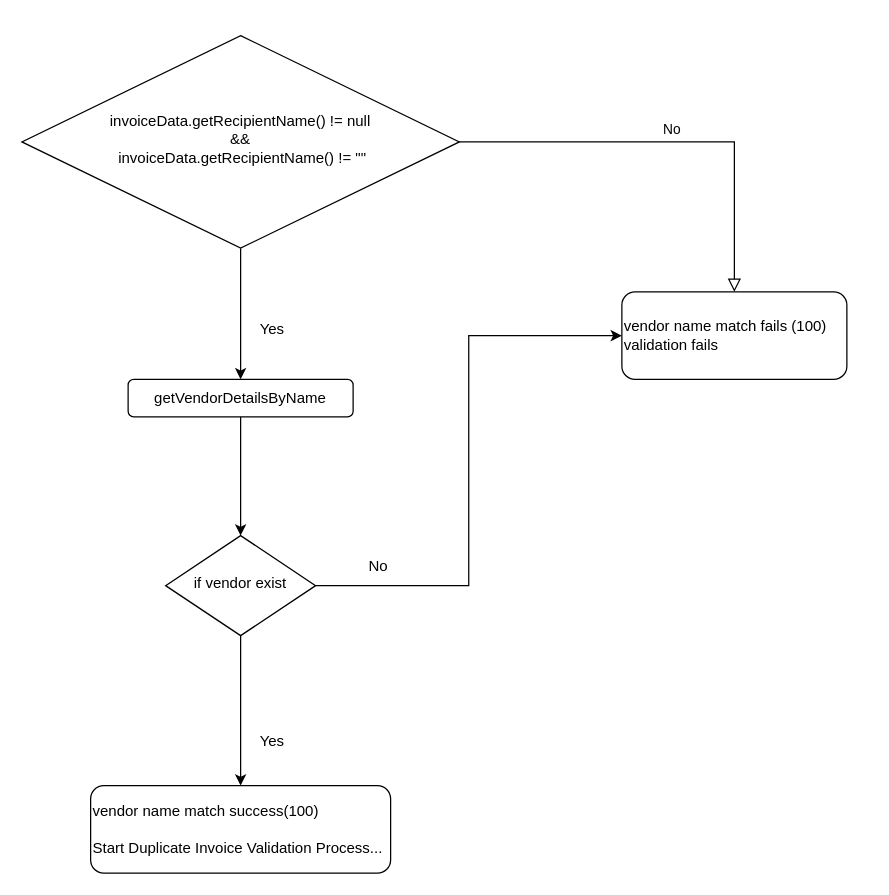
pratikdimble/Diagram keeps this draw.io diagram as page "Vendor Name 100" (2 of 9) of Invoice management/IMA Validation technical Diagram.drawio. Above is the earlier version. Source tidied: cells renumbered, new cells numbered last; positions are measured from the earlier drawing's top-left corner, leaving out a move shared by most shapes. Both pictures are drawn from the tidied source at 125%, with x=0, y=0 at pixel (21, 35).
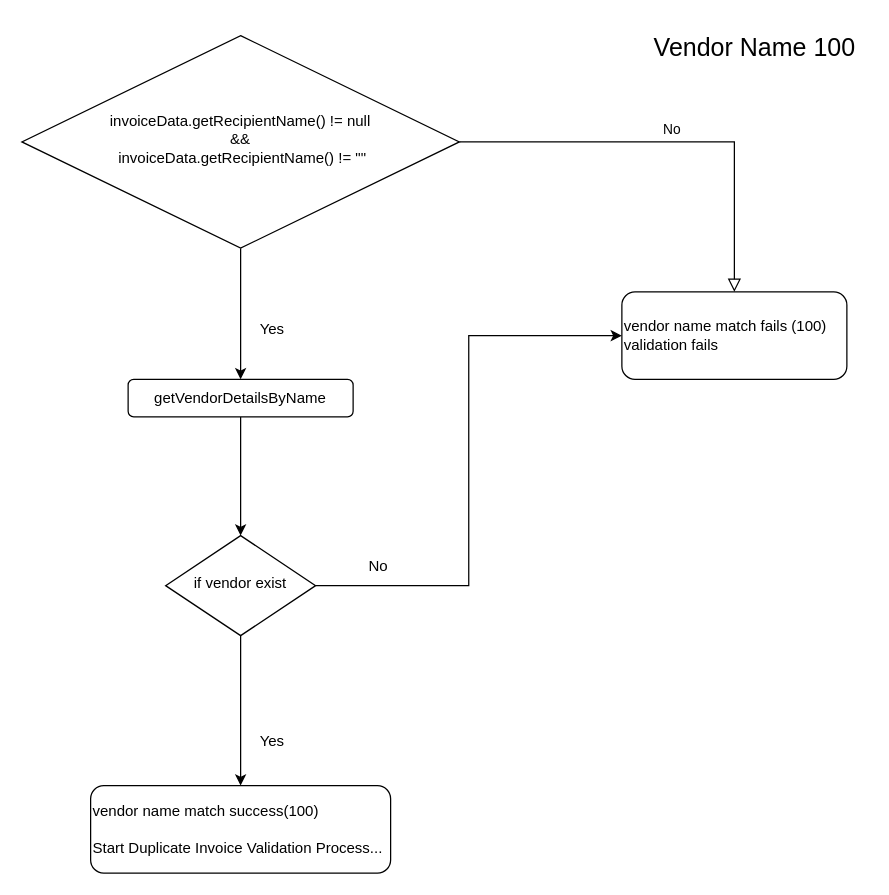
Above is the later version.

What changed in the source:
```diff
@@
 <mxGraphModel>
   <root>
     <mxCell id="0" />
     <mxCell id="1" parent="0" />
     <mxCell id="2" value="No" style="edgeStyle=orthogonalEdgeStyle;rounded=0;html=1;jettySize=auto;fontSize=11;endArrow=block;endFill=0;endSize=8;strokeWidth=1;shadow=0;labelBackgroundColor=none;" parent="1" edge="1" source="4" target="5">
       <mxGeometry y="10" relative="1" as="geometry" />
     </mxCell>
     <mxCell id="3" style="edgeStyle=orthogonalEdgeStyle;rounded=0;jettySize=auto;html=1;entryX=0.5;entryY=0;entryDx=0;entryDy=0;" parent="1" edge="1" source="4" target="7">
       <mxGeometry relative="1" as="geometry" />
     </mxCell>
     <mxCell id="4" value="invoiceData.getRecipientName() != null&lt;br style=&quot;border-color: var(--border-color);&quot;&gt;&amp;amp;&amp;amp;&lt;br style=&quot;border-color: var(--border-color);&quot;&gt;&amp;nbsp;invoiceData.getRecipientName() != &quot;&quot;" style="rhombus;whiteSpace=wrap;html=1;shadow=0;fontFamily=Helvetica;fontSize=12;align=center;strokeWidth=1;spacing=6;spacingTop=-4;" parent="1" vertex="1">
       <mxGeometry width="350" height="170" as="geometry" />
     </mxCell>
     <mxCell id="5" value="vendor name match fails (100)&lt;br&gt;validation fails" style="rounded=1;whiteSpace=wrap;html=1;fontSize=12;glass=0;strokeWidth=1;shadow=0;align=left;" parent="1" vertex="1">
       <mxGeometry x="480" y="205" width="180" height="70" as="geometry" />
     </mxCell>
     <mxCell id="6" style="edgeStyle=orthogonalEdgeStyle;rounded=0;jettySize=auto;html=1;entryX=0.5;entryY=0;entryDx=0;entryDy=0;" parent="1" edge="1" source="7" target="10">
       <mxGeometry relative="1" as="geometry" />
     </mxCell>
     <mxCell id="7" value="getVendorDetailsByName" style="rounded=1;whiteSpace=wrap;html=1;fontSize=12;glass=0;strokeWidth=1;shadow=0;" parent="1" vertex="1">
       <mxGeometry x="85" y="275" width="180" height="30" as="geometry" />
     </mxCell>
     <mxCell id="8" style="edgeStyle=orthogonalEdgeStyle;rounded=0;jettySize=auto;html=1;exitX=1;exitY=0.5;exitDx=0;exitDy=0;entryX=0;entryY=0.5;entryDx=0;entryDy=0;" parent="1" edge="1" source="10" target="5">
       <mxGeometry relative="1" as="geometry" />
     </mxCell>
     <mxCell id="9" style="edgeStyle=orthogonalEdgeStyle;rounded=0;jettySize=auto;html=1;exitX=0.5;exitY=1;exitDx=0;exitDy=0;entryX=0.5;entryY=0;entryDx=0;entryDy=0;" parent="1" edge="1" source="10" target="13">
       <mxGeometry relative="1" as="geometry" />
     </mxCell>
     <mxCell id="10" value="if vendor exist" style="rhombus;whiteSpace=wrap;html=1;shadow=0;fontFamily=Helvetica;fontSize=12;align=center;strokeWidth=1;spacing=6;spacingTop=-4;" parent="1" vertex="1">
       <mxGeometry x="115" y="400" width="120" height="80" as="geometry" />
     </mxCell>
     <mxCell id="11" value="Yes" style="text;html=1;align=center;verticalAlign=middle;strokeColor=none;fillColor=none;" parent="1" vertex="1">
       <mxGeometry x="180" y="550" width="40" height="30" as="geometry" />
     </mxCell>
     <mxCell id="12" value="No" style="text;html=1;align=center;verticalAlign=middle;strokeColor=none;fillColor=none;" parent="1" vertex="1">
       <mxGeometry x="265" y="410" width="40" height="30" as="geometry" />
     </mxCell>
     <mxCell id="13" value="vendor name match success(100)&lt;br&gt;&lt;br&gt;Start Duplicate Invoice Validation Process..." style="rounded=1;whiteSpace=wrap;html=1;fontSize=12;glass=0;strokeWidth=1;shadow=0;align=left;" parent="1" vertex="1">
       <mxGeometry x="55" y="600" width="240" height="70" as="geometry" />
     </mxCell>
     <mxCell id="14" value="Yes" style="text;html=1;align=center;verticalAlign=middle;strokeColor=none;fillColor=none;" parent="1" vertex="1">
       <mxGeometry x="180" y="220" width="40" height="30" as="geometry" />
     </mxCell>
+    <mxCell id="15" value="Vendor Name 100" style="text;html=1;align=center;verticalAlign=middle;strokeColor=none;fillColor=none;fontSize=20;" parent="1" vertex="1">
+      <mxGeometry x="496" y="-11" width="180" height="40" as="geometry" />
+    </mxCell>
   </root>
 </mxGraphModel>
```
